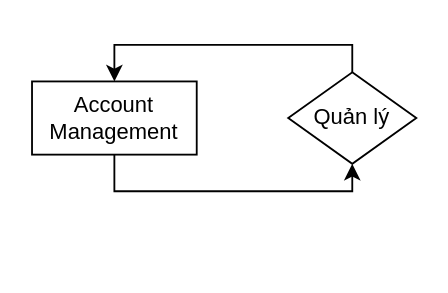
Earlier version of the draw.io diagram QuanLyQuanNet.drawio (dunkvippro/QuanlyNet). Source tidied: cells renumbered, new cells numbered last; positions are measured from the earlier drawing's top-left corner, leaving out a move shared by most shapes. Both pictures are drawn from the tidied source at 183%, with x=0, y=0 at pixel (31, 44).
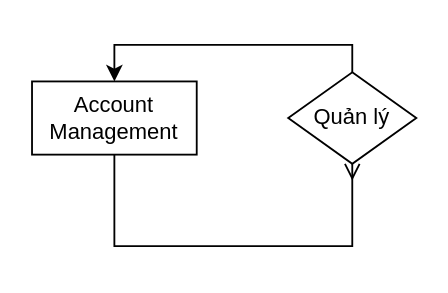
The same page after the edit.

Change to the diagram source:
```diff
@@
 <mxGraphModel>
   <root>
     <mxCell id="0" />
     <mxCell id="1" parent="0" />
-    <mxCell id="2" style="edgeStyle=orthogonalEdgeStyle;rounded=0;jettySize=auto;html=1;entryX=0.5;entryY=1;entryDx=0;entryDy=0;" parent="1" edge="1" source="3" target="5">
+    <mxCell id="2" style="edgeStyle=orthogonalEdgeStyle;rounded=0;jettySize=auto;html=1;entryX=0.5;entryY=1;entryDx=0;entryDy=0;endArrow=ERmany;endFill=0;" parent="1" edge="1" source="3" target="5">
       <mxGeometry relative="1" as="geometry">
         <Array as="points">
-          <mxPoint x="45" y="80" />
-          <mxPoint x="175" y="80" />
+          <mxPoint x="45" y="110" />
+          <mxPoint x="175" y="110" />
         </Array>
       </mxGeometry>
     </mxCell>
     <mxCell id="3" value="Account Management" style="rounded=0;whiteSpace=wrap;html=1;" parent="1" vertex="1">
       <mxGeometry y="20" width="90" height="40" as="geometry" />
     </mxCell>
     <mxCell id="4" style="edgeStyle=orthogonalEdgeStyle;rounded=0;jettySize=auto;html=1;entryX=0.5;entryY=0;entryDx=0;entryDy=0;" parent="1" edge="1" source="5" target="3">
       <mxGeometry relative="1" as="geometry">
         <Array as="points">
           <mxPoint x="175" />
           <mxPoint x="45" />
         </Array>
       </mxGeometry>
     </mxCell>
     <mxCell id="5" value="Quản lý" style="rhombus;whiteSpace=wrap;html=1;" parent="1" vertex="1">
       <mxGeometry x="140" y="15" width="70" height="50" as="geometry" />
     </mxCell>
   </root>
 </mxGraphModel>
```
